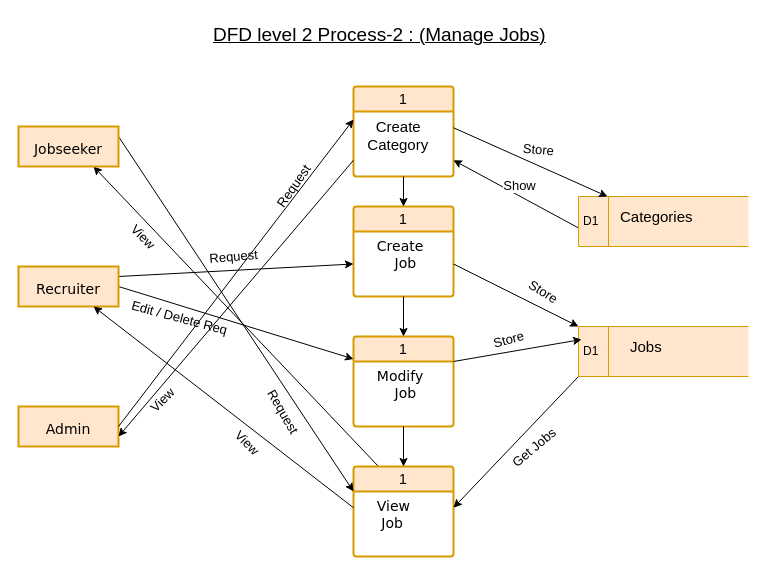
Above: page "Page-7" (7 of 10) of public/uploads/Untitled Diagram.drawio in musaddak7/jobportalbd (draw.io), before the change. Source tidied: cells renumbered, new cells numbered last; positions are measured from the earlier drawing's top-left corner, leaving out a move shared by most shapes. Both pictures are drawn from the tidied source at 100%, with x=0, y=0 at pixel (18, 17).
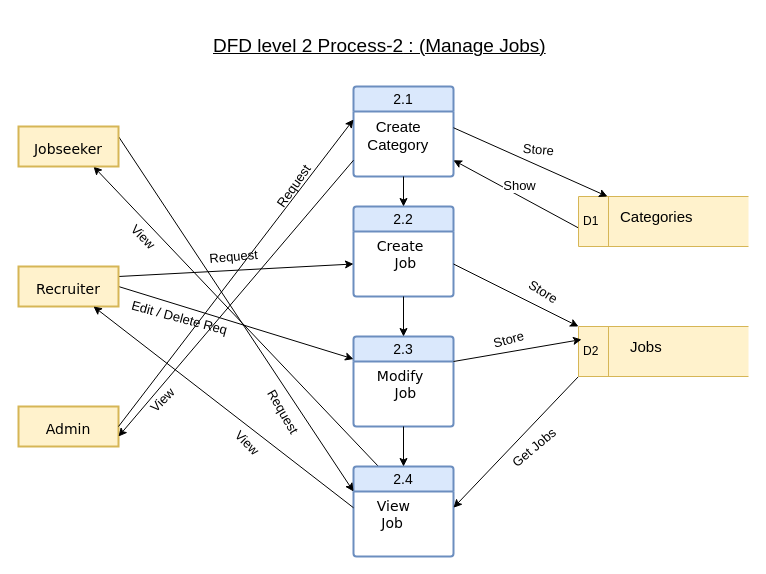
Above is the later version.

Change to the diagram source:
```diff
@@
-    <mxCell id="2" value="1" style="swimlane;horizontal=1;startSize=25;rounded=1;fontSize=14;fontStyle=0;strokeWidth=2;shadow=0;dashed=0;align=center;arcSize=4;whiteSpace=wrap;html=1;fillColor=#ffe6cc;strokeColor=#d79b00;" parent="1" vertex="1">
+    <mxCell id="2" value="2.2" style="swimlane;horizontal=1;startSize=25;rounded=1;fontSize=14;fontStyle=0;strokeWidth=2;shadow=0;dashed=0;align=center;arcSize=4;whiteSpace=wrap;html=1;fillColor=#dae8fc;strokeColor=#6c8ebf;" parent="1" vertex="1">
       <mxGeometry x="335" y="189" width="100" height="90" as="geometry" />
     </mxCell>
@@
-    <mxCell id="4" value="1" style="swimlane;horizontal=1;startSize=25;rounded=1;fontSize=14;fontStyle=0;strokeWidth=2;shadow=0;dashed=0;align=center;arcSize=4;whiteSpace=wrap;html=1;fillColor=#ffe6cc;strokeColor=#d79b00;" parent="1" vertex="1">
+    <mxCell id="4" value="2.3" style="swimlane;horizontal=1;startSize=25;rounded=1;fontSize=14;fontStyle=0;strokeWidth=2;shadow=0;dashed=0;align=center;arcSize=4;whiteSpace=wrap;html=1;fillColor=#dae8fc;strokeColor=#6c8ebf;" parent="1" vertex="1">
       <mxGeometry x="335" y="319" width="100" height="90" as="geometry" />
     </mxCell>
@@
-    <mxCell id="10" value="1" style="swimlane;horizontal=1;startSize=25;rounded=1;fontSize=14;fontStyle=0;strokeWidth=2;shadow=0;dashed=0;align=center;arcSize=4;whiteSpace=wrap;html=1;fillColor=#ffe6cc;strokeColor=#d79b00;" parent="1" vertex="1">
+    <mxCell id="10" value="2.4" style="swimlane;horizontal=1;startSize=25;rounded=1;fontSize=14;fontStyle=0;strokeWidth=2;shadow=0;dashed=0;align=center;arcSize=4;whiteSpace=wrap;html=1;fillColor=#dae8fc;strokeColor=#6c8ebf;" parent="1" vertex="1">
       <mxGeometry x="335" y="449" width="100" height="90" as="geometry" />
     </mxCell>
@@
-    <mxCell id="13" value="&lt;font face=&quot;Verdana&quot; style=&quot;font-size: 14px;&quot;&gt;Jobseeker&lt;/font&gt;" style="whiteSpace=wrap;html=1;align=center;labelBackgroundColor=none;labelBorderColor=none;fontSize=14;spacing=20;spacingTop=6;strokeWidth=2;fillColor=#ffe6cc;strokeColor=#d79b00;" parent="1" vertex="1">
+    <mxCell id="13" value="&lt;font face=&quot;Verdana&quot; style=&quot;font-size: 14px;&quot;&gt;Jobseeker&lt;/font&gt;" style="whiteSpace=wrap;html=1;align=center;labelBackgroundColor=none;labelBorderColor=none;fontSize=14;spacing=20;spacingTop=6;strokeWidth=2;fillColor=#fff2cc;strokeColor=#d6b656;" parent="1" vertex="1">
       <mxGeometry y="109" width="100" height="40" as="geometry" />
     </mxCell>
@@
-    <mxCell id="17" value="&lt;font face=&quot;Verdana&quot;&gt;Recruiter&lt;/font&gt;" style="whiteSpace=wrap;html=1;align=center;labelBackgroundColor=none;labelBorderColor=none;fontSize=14;spacing=20;spacingTop=6;strokeWidth=2;fillColor=#ffe6cc;strokeColor=#d79b00;" parent="1" vertex="1">
+    <mxCell id="17" value="&lt;font face=&quot;Verdana&quot;&gt;Recruiter&lt;/font&gt;" style="whiteSpace=wrap;html=1;align=center;labelBackgroundColor=none;labelBorderColor=none;fontSize=14;spacing=20;spacingTop=6;strokeWidth=2;fillColor=#fff2cc;strokeColor=#d6b656;" parent="1" vertex="1">
       <mxGeometry y="249" width="100" height="40" as="geometry" />
     </mxCell>
-    <mxCell id="18" value="&lt;font face=&quot;Verdana&quot;&gt;Admin&lt;/font&gt;" style="whiteSpace=wrap;html=1;align=center;labelBackgroundColor=none;labelBorderColor=none;fontSize=14;spacing=20;spacingTop=6;strokeWidth=2;fillColor=#ffe6cc;strokeColor=#d79b00;" parent="1" vertex="1">
+    <mxCell id="18" value="&lt;font face=&quot;Verdana&quot;&gt;Admin&lt;/font&gt;" style="whiteSpace=wrap;html=1;align=center;labelBackgroundColor=none;labelBorderColor=none;fontSize=14;spacing=20;spacingTop=6;strokeWidth=2;fillColor=#fff2cc;strokeColor=#d6b656;" parent="1" vertex="1">
       <mxGeometry y="389" width="100" height="40" as="geometry" />
     </mxCell>
@@
-    <mxCell id="20" value="1" style="swimlane;horizontal=1;startSize=25;rounded=1;fontSize=14;fontStyle=0;strokeWidth=2;shadow=0;dashed=0;align=center;arcSize=4;whiteSpace=wrap;html=1;fillColor=#ffe6cc;strokeColor=#d79b00;" parent="1" vertex="1">
+    <mxCell id="20" value="2.1" style="swimlane;horizontal=1;startSize=25;rounded=1;fontSize=14;fontStyle=0;strokeWidth=2;shadow=0;dashed=0;align=center;arcSize=4;whiteSpace=wrap;html=1;fillColor=#dae8fc;strokeColor=#6c8ebf;" parent="1" vertex="1">
       <mxGeometry x="335" y="69" width="100" height="90" as="geometry" />
     </mxCell>
@@
-    <mxCell id="25" value="D1" style="html=1;dashed=0;whiteSpace=wrap;shape=mxgraph.dfd.dataStoreID;align=left;spacingLeft=3;points=[[0,0],[0.5,0],[1,0],[0,0.5],[1,0.5],[0,1],[0.5,1],[1,1]];fillColor=#ffe6cc;strokeColor=#d79b00;" parent="1" vertex="1">
+    <mxCell id="25" value="D2" style="html=1;dashed=0;whiteSpace=wrap;shape=mxgraph.dfd.dataStoreID;align=left;spacingLeft=3;points=[[0,0],[0.5,0],[1,0],[0,0.5],[1,0.5],[0,1],[0.5,1],[1,1]];fillColor=#fff2cc;strokeColor=#d6b656;" parent="1" vertex="1">
       <mxGeometry x="560" y="309" width="170" height="50" as="geometry" />
     </mxCell>
@@
-    <mxCell id="29" value="D1" style="html=1;dashed=0;whiteSpace=wrap;shape=mxgraph.dfd.dataStoreID;align=left;spacingLeft=3;points=[[0,0],[0.5,0],[1,0],[0,0.5],[1,0.5],[0,1],[0.5,1],[1,1]];fillColor=#ffe6cc;strokeColor=#d79b00;" parent="1" vertex="1">
+    <mxCell id="29" value="D1" style="html=1;dashed=0;whiteSpace=wrap;shape=mxgraph.dfd.dataStoreID;align=left;spacingLeft=3;points=[[0,0],[0.5,0],[1,0],[0,0.5],[1,0.5],[0,1],[0.5,1],[1,1]];fillColor=#fff2cc;strokeColor=#d6b656;" parent="1" vertex="1">
       <mxGeometry x="560" y="179" width="170" height="50" as="geometry" />
     </mxCell>
@@
     <mxCell id="44" value="&lt;u&gt;&lt;font size=&quot;1&quot;&gt;&lt;font style=&quot;font-size: 19px;&quot;&gt;DFD level 2 Process-2&lt;/font&gt;&lt;font style=&quot;font-size: 19px;&quot;&gt; : (Manage Jobs)&lt;/font&gt;&lt;/font&gt;&lt;/u&gt;" style="text;whiteSpace=wrap;html=1;" parent="1" vertex="1">
-      <mxGeometry x="193" width="374" height="45" as="geometry" />
+      <mxGeometry x="193" y="11" width="374" height="45" as="geometry" />
     </mxCell>
```
